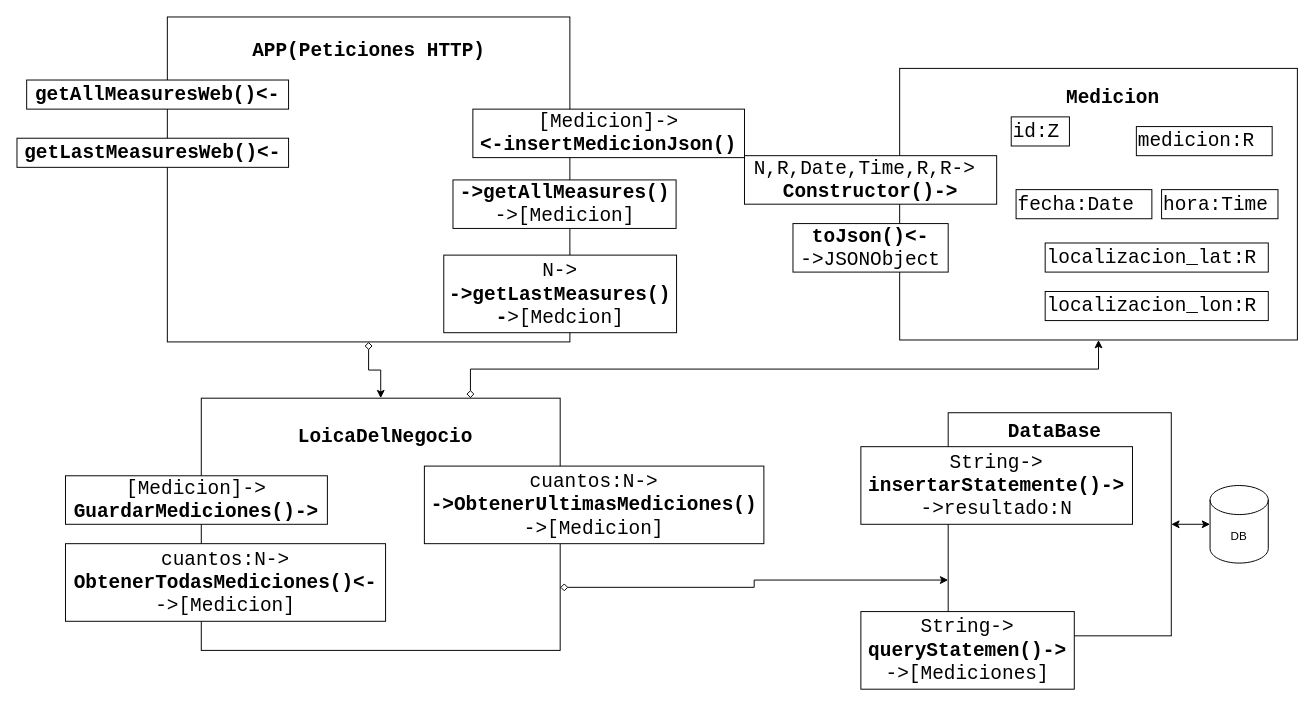
Earlier version of the draw.io diagram page "General" (1 of 6) of doc/Diseño/DiseñoApiREST.drawio (3-GTI-ProyectoMedioAmbiente/BackEndRest). Source tidied: cells renumbered, new cells numbered last; positions are measured from the earlier drawing's top-left corner, leaving out a move shared by most shapes. Both pictures are drawn from the tidied source at 97%, with x=0, y=0 at pixel (16, 16).
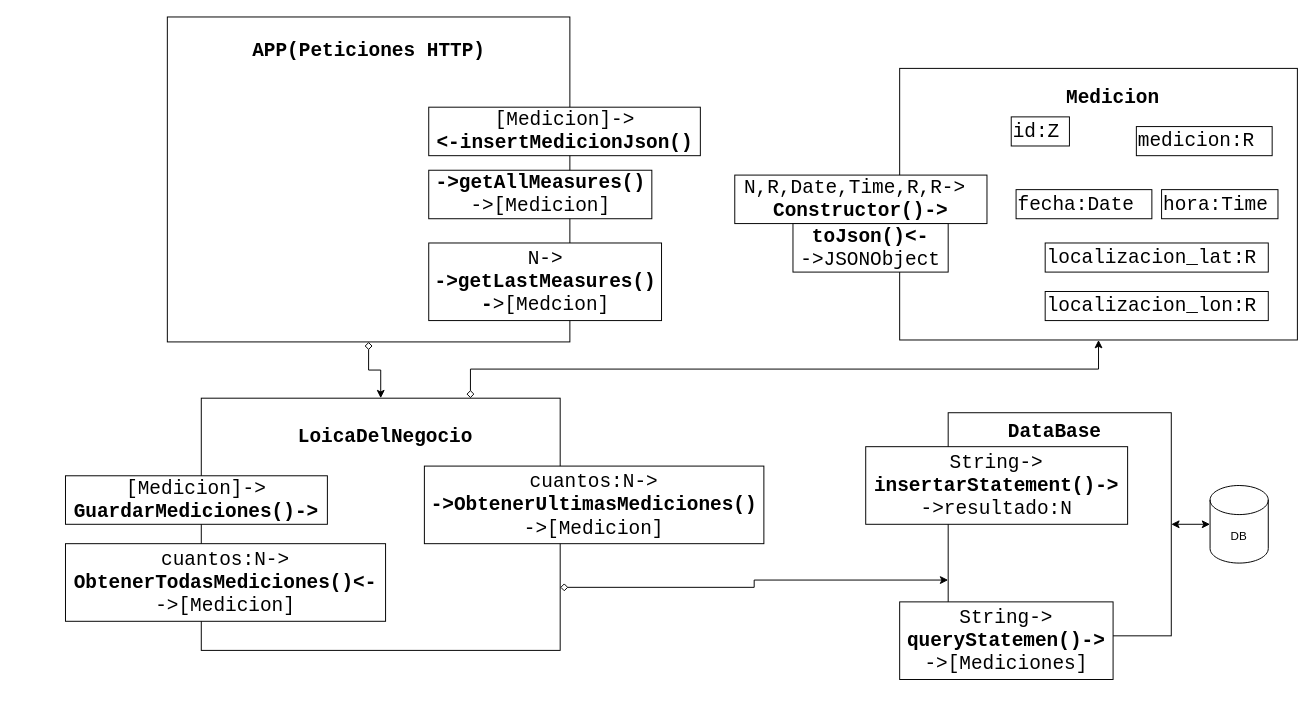
Above is the later version.

What changed in the source:
```diff
@@
     <mxCell id="5" value="[Medicion]-&amp;gt;&lt;br&gt;&lt;b&gt;&amp;lt;-insertMedicionJson()&lt;/b&gt;" style="rounded=0;whiteSpace=wrap;html=1;fontFamily=Courier New;fontSize=20;align=center;fontStyle=0;" parent="1" vertex="1">
-      <mxGeometry x="470" y="95" width="280" height="50" as="geometry" />
+      <mxGeometry x="424.5" y="93" width="280" height="50" as="geometry" />
     </mxCell>
     <mxCell id="6" value="&lt;b&gt;-&amp;gt;getAllMeasures()&lt;br&gt;&lt;/b&gt;-&amp;gt;[Medicion]" style="rounded=0;whiteSpace=wrap;html=1;fontFamily=Courier New;fontSize=20;align=center;fontStyle=0;" parent="1" vertex="1">
-      <mxGeometry x="449.5" y="168" width="230" height="50" as="geometry" />
+      <mxGeometry x="424.5" y="158" width="230" height="50" as="geometry" />
     </mxCell>
     <mxCell id="7" value="N-&amp;gt;&lt;br&gt;&lt;b&gt;-&amp;gt;getLastMeasures()&lt;/b&gt;&lt;br&gt;&lt;b&gt;-&lt;/b&gt;&amp;gt;[Medcion]" style="rounded=0;whiteSpace=wrap;html=1;fontFamily=Courier New;fontSize=20;align=center;fontStyle=0;" parent="1" vertex="1">
-      <mxGeometry x="440" y="245.5" width="240" height="80" as="geometry" />
+      <mxGeometry x="424.5" y="233" width="240" height="80" as="geometry" />
     </mxCell>
-    <mxCell id="8" value="&lt;b&gt;getAllMeasuresWeb()&amp;lt;-&lt;/b&gt;" style="rounded=0;whiteSpace=wrap;html=1;fontFamily=Courier New;fontSize=20;align=center;fontStyle=0;" parent="1" vertex="1">
-      <mxGeometry x="10" y="65" width="270" height="30" as="geometry" />
-    </mxCell>
-    <mxCell id="9" value="&lt;b&gt;getLastMeasuresWeb()&amp;lt;-&lt;/b&gt;" style="rounded=0;whiteSpace=wrap;html=1;fontFamily=Courier New;fontSize=20;align=center;fontStyle=0;" parent="1" vertex="1">
-      <mxGeometry y="125" width="280" height="30" as="geometry" />
-    </mxCell>
@@
     <mxCell id="18" value="N,R,Date,Time,R,R-&amp;gt;&amp;nbsp;&lt;br&gt;&lt;b&gt;Constructor()-&amp;gt;&lt;/b&gt;" style="rounded=0;whiteSpace=wrap;html=1;fontFamily=Courier New;fontSize=20;align=center;fontStyle=0;" parent="1" vertex="1">
-      <mxGeometry x="750" y="143" width="260" height="50" as="geometry" />
+      <mxGeometry x="740" y="163" width="260" height="50" as="geometry" />
     </mxCell>
@@
-    <mxCell id="31" value="String-&amp;gt;&lt;br&gt;&lt;b&gt;insertarStatemente()-&amp;gt;&lt;/b&gt;&lt;br&gt;-&amp;gt;resultado:N" style="rounded=0;whiteSpace=wrap;html=1;fontFamily=Courier New;fontSize=20;align=center;fontStyle=0;" parent="1" vertex="1">
-      <mxGeometry x="870" y="443" width="280" height="80" as="geometry" />
+    <mxCell id="31" value="String-&amp;gt;&lt;br&gt;&lt;b&gt;insertarStatement()-&amp;gt;&lt;/b&gt;&lt;br&gt;-&amp;gt;resultado:N" style="rounded=0;whiteSpace=wrap;html=1;fontFamily=Courier New;fontSize=20;align=center;fontStyle=0;" parent="1" vertex="1">
+      <mxGeometry x="875" y="443" width="270" height="80" as="geometry" />
     </mxCell>
     <mxCell id="32" value="String-&amp;gt;&lt;br&gt;&lt;b&gt;queryStatemen()-&amp;gt;&lt;/b&gt;&lt;br&gt;-&amp;gt;[Mediciones]" style="rounded=0;whiteSpace=wrap;html=1;fontFamily=Courier New;fontSize=20;align=center;fontStyle=0;" parent="1" vertex="1">
-      <mxGeometry x="870" y="613" width="220" height="80" as="geometry" />
+      <mxGeometry x="910" y="603" width="220" height="80" as="geometry" />
     </mxCell>
```
